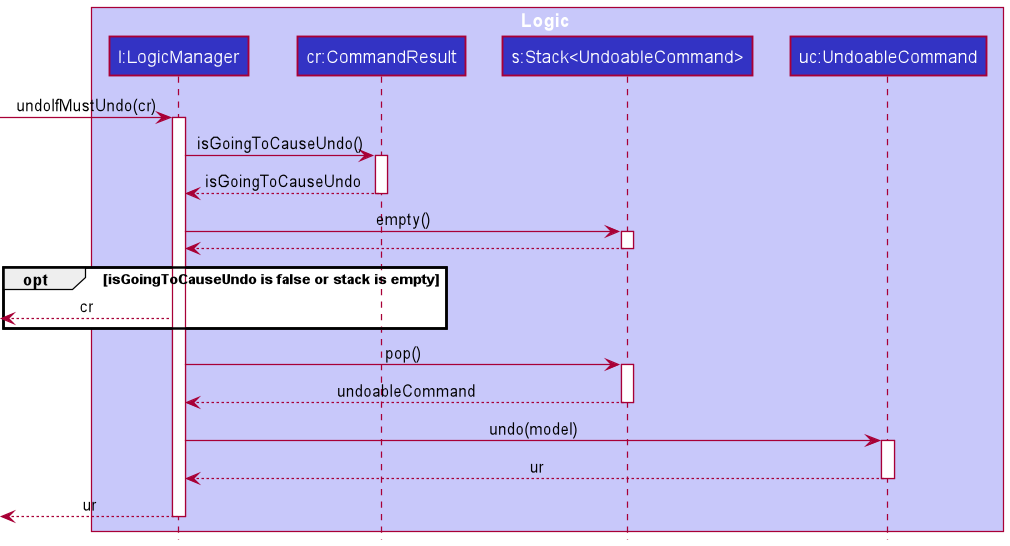
Above: docs/images/UndoIfMustUndoSequenceDiagram.png in thanwinnikki/tp (PlantUML), before the change. The source it was exported from:
```plantuml
@startuml
!include style.puml

box Logic LOGIC_COLOR_T1
participant "l:LogicManager" as LogicManager LOGIC_COLOR
participant "cr:CommandResult" as CommandResult LOGIC_COLOR
participant "s:Stack<UndoableCommand>" as Stack LOGIC_COLOR
participant "uc:UndoableCommand" as UndoableCommand LOGIC_COLOR
end box

[-> LogicManager : undoIfMustUndo(cr)
activate LogicManager

LogicManager -> CommandResult : isGoingToCauseUndo()
activate CommandResult

CommandResult --> LogicManager : isGoingToCauseUndo
deactivate CommandResult

LogicManager -> Stack : empty()
activate Stack

Stack --> LogicManager
deactivate Stack

opt isGoingToCauseUndo is false or stack is empty

[<-- LogicManager : cr

end

LogicManager -> Stack : pop()
activate Stack

Stack --> LogicManager : undoableCommand
deactivate Stack

LogicManager -> UndoableCommand : undo(model)
activate UndoableCommand

UndoableCommand --> LogicManager : ur
deactivate UndoableCommand

[<-- LogicManager : ur
deactivate LogicManager
@enduml
```
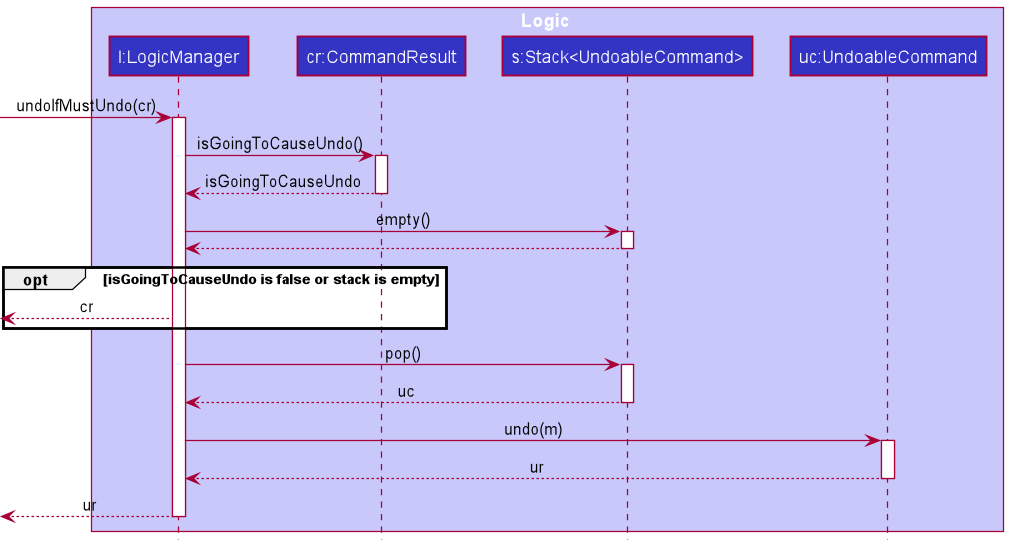
The same file after the commit.

Commit message:
Fix undo-related sequence diagrams

Diff of the diagram source:
```diff
@@ -32,10 +32,10 @@
 LogicManager -> Stack : pop()
 activate Stack
 
-Stack --> LogicManager : undoableCommand
+Stack --> LogicManager : uc
 deactivate Stack
 
-LogicManager -> UndoableCommand : undo(model)
+LogicManager -> UndoableCommand : undo(m)
 activate UndoableCommand
 
 UndoableCommand --> LogicManager : ur
```
